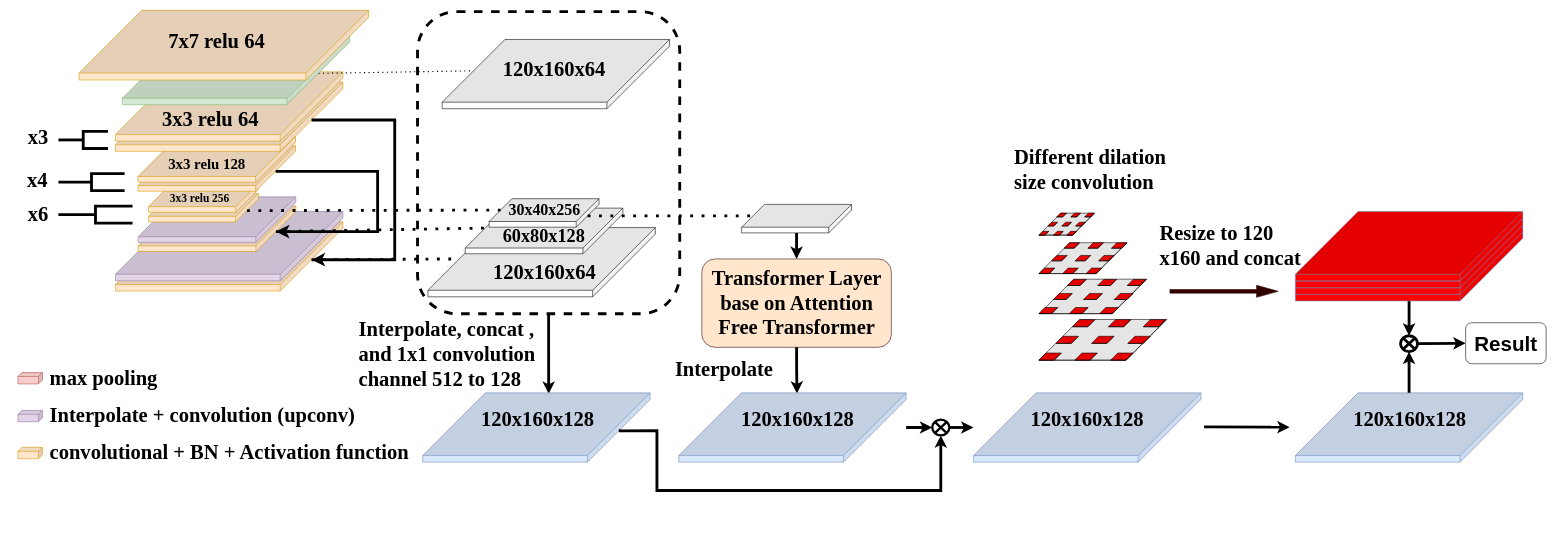
The draw.io diagram OursNetworkArch.drawio in min86615/minmin, before the edit. Source tidied: cells renumbered, new cells numbered last; positions are measured from the earlier drawing's top-left corner, leaving out a move shared by most shapes. Both pictures are drawn from the tidied source at 57%, with x=0, y=0 at pixel (10, -100).
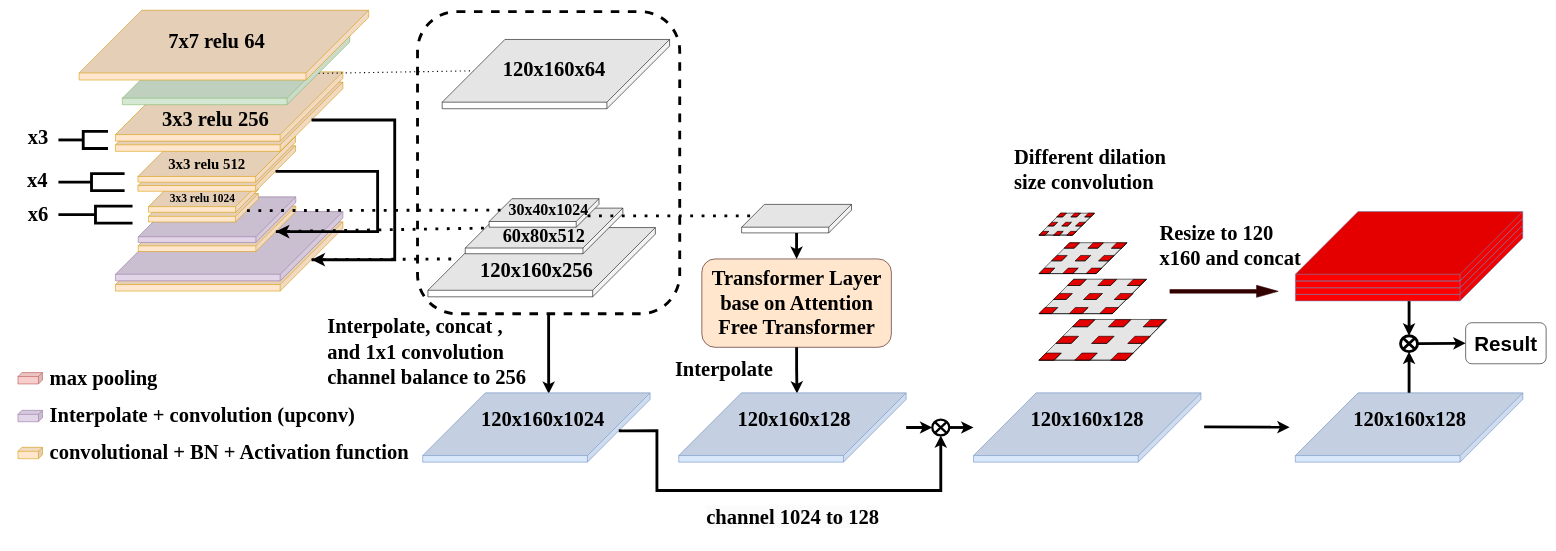
The same page after the edit.

The change refers to these unchanged cells:
```xml
<mxCell id="10" style="group;" parent="1" vertex="1">
  <mxGeometry x="243" y="497" width="256.5" height="67" as="geometry" />
</mxCell>
<mxCell id="108" style="group;" parent="107" vertex="1">
  <mxGeometry y="-55.5" width="508" height="304.5" as="geometry" />
</mxCell>
```

Diff of the diagram source:
```diff
@@
-    <mxCell id="13" value="&lt;font face=&quot;Times New Roman&quot; style=&quot;font-size: 20px;&quot;&gt;&lt;b style=&quot;font-size: 20px;&quot;&gt;3x3 relu 256&lt;/b&gt;&lt;/font&gt;" style="text;html=1;strokeColor=none;fillColor=none;align=left;verticalAlign=middle;whiteSpace=wrap;rounded=0;fontStyle=0;fontSize=20;" parent="10" vertex="1">
+    <mxCell id="13" value="&lt;font face=&quot;Times New Roman&quot; style=&quot;font-size: 20px;&quot;&gt;&lt;b style=&quot;font-size: 20px;&quot;&gt;3x3 relu 1024&lt;/b&gt;&lt;/font&gt;" style="text;html=1;strokeColor=none;fillColor=none;align=left;verticalAlign=middle;whiteSpace=wrap;rounded=0;fontStyle=0;fontSize=20;" parent="10" vertex="1">
       <mxGeometry x="36" y="13.1" width="139" height="23.9" as="geometry" />
     </mxCell>
@@
-    <mxCell id="39" value="&lt;font style=&quot;font-size: 36px;&quot;&gt;&lt;font style=&quot;font-size: 36px;&quot; face=&quot;Times New Roman&quot;&gt;Interpolate, concat ,&lt;br&gt;and 1x1 convolution&lt;br&gt;channel 512 to 128&lt;/font&gt;&lt;br&gt;&lt;/font&gt;" style="text;html=1;strokeColor=none;fillColor=none;align=left;verticalAlign=middle;whiteSpace=wrap;rounded=0;fontStyle=1;" parent="1" vertex="1">
-      <mxGeometry x="609.5" y="759.3" width="367.5" height="72.8" as="geometry" />
+    <mxCell id="39" value="&lt;font style=&quot;font-size: 36px;&quot;&gt;&lt;font style=&quot;font-size: 36px;&quot; face=&quot;Times New Roman&quot;&gt;Interpolate, concat ,&lt;br&gt;and 1x1 convolution&lt;br&gt;channel balance to 256&lt;/font&gt;&lt;br&gt;&lt;/font&gt;" style="text;html=1;strokeColor=none;fillColor=none;align=left;verticalAlign=middle;whiteSpace=wrap;rounded=0;fontStyle=1;" parent="1" vertex="1">
+      <mxGeometry x="555" y="755.3" width="367.5" height="72.8" as="geometry" />
     </mxCell>
@@
-    <mxCell id="112" value="&lt;font face=&quot;Times New Roman&quot; style=&quot;font-size: 36px;&quot;&gt;3x3 relu 64&lt;/font&gt;" style="text;html=1;strokeColor=none;fillColor=none;align=left;verticalAlign=middle;whiteSpace=wrap;rounded=0;fontStyle=1;" parent="108" vertex="1">
+    <mxCell id="112" value="&lt;font face=&quot;Times New Roman&quot; style=&quot;font-size: 36px;&quot;&gt;3x3 relu 256&lt;/font&gt;" style="text;html=1;strokeColor=none;fillColor=none;align=left;verticalAlign=middle;whiteSpace=wrap;rounded=0;fontStyle=1;" parent="108" vertex="1">
       <mxGeometry x="122" y="179.5" width="207" height="23.9" as="geometry" />
     </mxCell>
-    <mxCell id="113" value="&lt;font face=&quot;Times New Roman&quot; style=&quot;font-size: 26px;&quot;&gt;3x3 relu 128&lt;/font&gt;" style="text;html=1;strokeColor=none;fillColor=none;align=left;verticalAlign=middle;whiteSpace=wrap;rounded=0;fontStyle=1;fontSize=18;" parent="108" vertex="1">
+    <mxCell id="113" value="&lt;font face=&quot;Times New Roman&quot; style=&quot;font-size: 26px;&quot;&gt;3x3 relu 512&lt;/font&gt;" style="text;html=1;strokeColor=none;fillColor=none;align=left;verticalAlign=middle;whiteSpace=wrap;rounded=0;fontStyle=1;fontSize=18;" parent="108" vertex="1">
       <mxGeometry x="132.5" y="257.5" width="157" height="23.9" as="geometry" />
     </mxCell>
@@
-    <mxCell id="115" value="&lt;font face=&quot;Times New Roman&quot; style=&quot;font-size: 28px;&quot;&gt;30x40x256&lt;/font&gt;" style="text;html=1;strokeColor=none;fillColor=none;align=left;verticalAlign=middle;whiteSpace=wrap;rounded=0;fontStyle=1;fontSize=28;" parent="1" vertex="1">
+    <mxCell id="115" value="&lt;font face=&quot;Times New Roman&quot; style=&quot;font-size: 28px;&quot;&gt;30x40x1024&lt;/font&gt;" style="text;html=1;strokeColor=none;fillColor=none;align=left;verticalAlign=middle;whiteSpace=wrap;rounded=0;fontStyle=1;fontSize=28;" parent="1" vertex="1">
       <mxGeometry x="872.5" y="530" width="100" height="23.9" as="geometry" />
     </mxCell>
-    <mxCell id="116" value="&lt;font face=&quot;Times New Roman&quot; style=&quot;font-size: 32px;&quot;&gt;60x80x128&lt;/font&gt;" style="text;html=1;strokeColor=none;fillColor=none;align=left;verticalAlign=middle;whiteSpace=wrap;rounded=0;fontStyle=1;" parent="1" vertex="1">
+    <mxCell id="116" value="&lt;font face=&quot;Times New Roman&quot; style=&quot;font-size: 32px;&quot;&gt;60x80x512&lt;/font&gt;" style="text;html=1;strokeColor=none;fillColor=none;align=left;verticalAlign=middle;whiteSpace=wrap;rounded=0;fontStyle=1;" parent="1" vertex="1">
       <mxGeometry x="863" y="576.5" width="123" height="23.9" as="geometry" />
     </mxCell>
-    <mxCell id="117" value="&lt;font face=&quot;Times New Roman&quot; style=&quot;font-size: 36px;&quot;&gt;120x160x64&lt;/font&gt;" style="text;html=1;strokeColor=none;fillColor=none;align=left;verticalAlign=middle;whiteSpace=wrap;rounded=0;fontStyle=1;" parent="1" vertex="1">
-      <mxGeometry x="846" y="640.7" width="140" height="23.9" as="geometry" />
+    <mxCell id="117" value="&lt;font face=&quot;Times New Roman&quot; style=&quot;font-size: 36px;&quot;&gt;120x160x256&lt;/font&gt;" style="text;html=1;strokeColor=none;fillColor=none;align=left;verticalAlign=middle;whiteSpace=wrap;rounded=0;fontStyle=1;" parent="1" vertex="1">
+      <mxGeometry x="823" y="636.7" width="140" height="23.9" as="geometry" />
     </mxCell>
     <mxCell id="118" value="&lt;font face=&quot;Times New Roman&quot; style=&quot;font-size: 36px;&quot;&gt;120x160x128&lt;/font&gt;" style="text;html=1;strokeColor=none;fillColor=none;align=left;verticalAlign=middle;whiteSpace=wrap;rounded=0;fontStyle=1;" parent="1" vertex="1">
-      <mxGeometry x="1281" y="899.5" width="124" height="23.9" as="geometry" />
+      <mxGeometry x="1275" y="899.5" width="124" height="23.9" as="geometry" />
     </mxCell>
@@
-    <mxCell id="126" value="&lt;font face=&quot;Times New Roman&quot; style=&quot;font-size: 36px;&quot;&gt;120x160x128&lt;/font&gt;" style="text;html=1;strokeColor=none;fillColor=none;align=left;verticalAlign=middle;whiteSpace=wrap;rounded=0;fontStyle=1;" parent="1" vertex="1">
+    <mxCell id="126" value="&lt;font face=&quot;Times New Roman&quot; style=&quot;font-size: 36px;&quot;&gt;120x160x1024&lt;/font&gt;" style="text;html=1;strokeColor=none;fillColor=none;align=left;verticalAlign=middle;whiteSpace=wrap;rounded=0;fontStyle=1;" parent="1" vertex="1">
       <mxGeometry x="825" y="899.5" width="124" height="23.9" as="geometry" />
     </mxCell>
@@
+    <mxCell id="130" value="&lt;span style=&quot;color: rgb(0, 0, 0); font-family: &amp;quot;Times New Roman&amp;quot;; font-size: 36px; font-style: normal; font-variant-ligatures: normal; font-variant-caps: normal; font-weight: 700; letter-spacing: normal; orphans: 2; text-align: left; text-indent: 0px; text-transform: none; widows: 2; word-spacing: 0px; -webkit-text-stroke-width: 0px; background-color: rgb(251, 251, 251); text-decoration-thickness: initial; text-decoration-style: initial; text-decoration-color: initial; float: none; display: inline !important;&quot;&gt;channel 1024 to 128&lt;/span&gt;" style="text;whiteSpace=wrap;html=1;fontSize=16;" parent="1" vertex="1">
+      <mxGeometry x="1220" y="1054" width="320" height="70" as="geometry" />
+    </mxCell>
```
